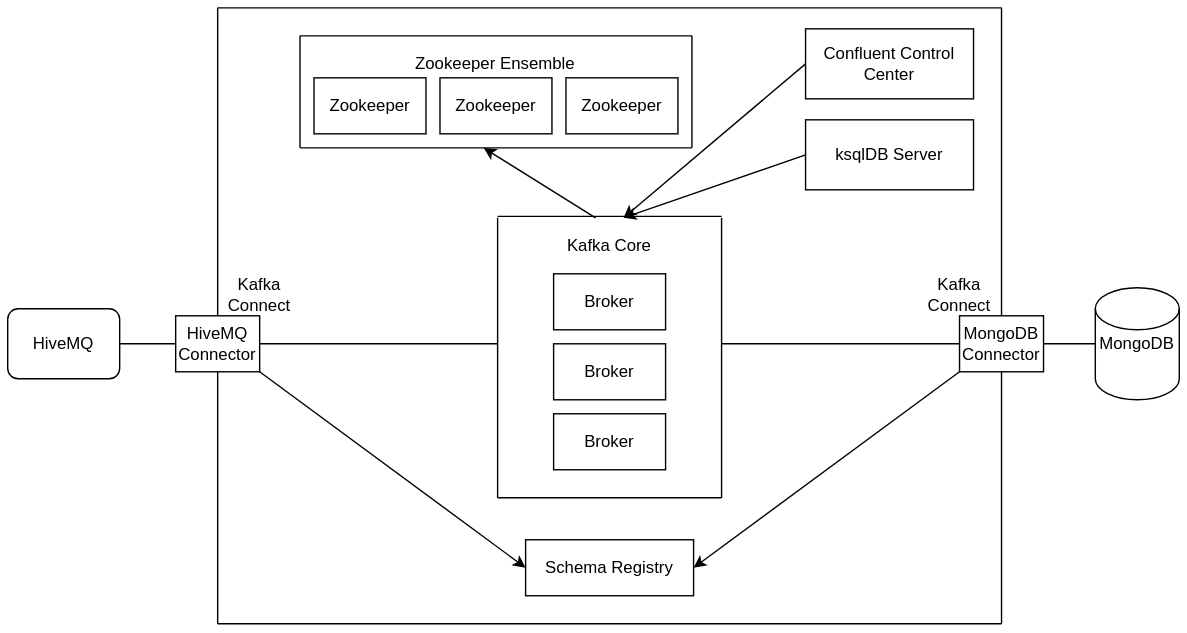
NovatecConsulting/showcase-kafka-iot-emob keeps this draw.io diagram as Kafka_cluster_diagram_v3.svg. Above is the earlier version. Source tidied: cells renumbered, new cells last; positions are measured from the earlier drawing's top-left corner, leaving out a move shared by most shapes.
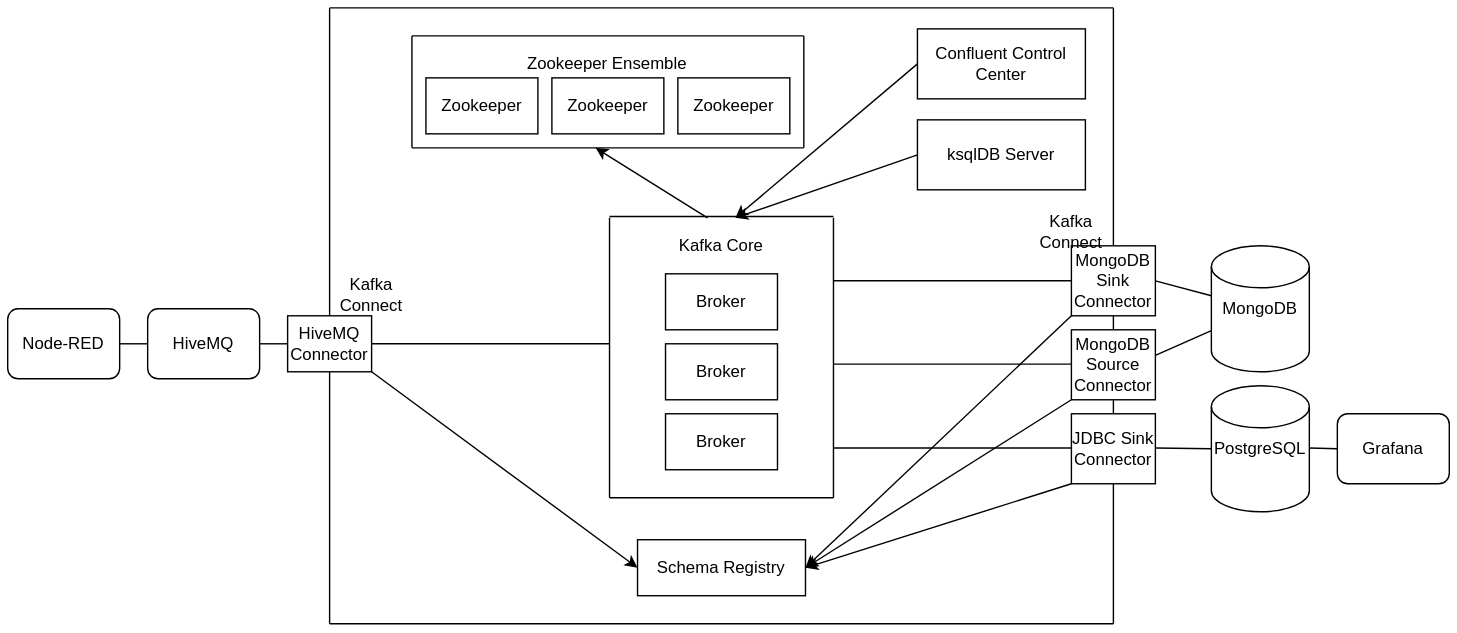
Later version of the same file.

Diff of the diagram source:
```diff
@@ -83,8 +83,8 @@
     <mxCell id="20" value="HiveMQ Connector" style="rounded=0;whiteSpace=wrap;html=1;" parent="1" vertex="1">
       <mxGeometry x="120" y="220" width="60" height="40" as="geometry" />
     </mxCell>
-    <mxCell id="21" value="MongoDB Connector" style="rounded=0;whiteSpace=wrap;html=1;" parent="1" vertex="1">
-      <mxGeometry x="680" y="220" width="60" height="40" as="geometry" />
+    <mxCell id="21" value="MongoDB Sink Connector" style="rounded=0;whiteSpace=wrap;html=1;" parent="1" vertex="1">
+      <mxGeometry x="680" y="170" width="60" height="50" as="geometry" />
     </mxCell>
     <mxCell id="22" style="endArrow=classic;html=1;" parent="1" edge="1">
       <mxGeometry relative="1" as="geometry">
@@ -107,7 +107,7 @@
     </mxCell>
     <mxCell id="26" style="endArrow=none;html=1;entryX=0;entryY=0.5;entryDx=0;entryDy=0;" parent="1" edge="1" target="21">
       <mxGeometry relative="1" as="geometry">
-        <mxPoint x="510" y="240" as="sourcePoint" />
+        <mxPoint x="510" y="195" as="sourcePoint" />
       </mxGeometry>
     </mxCell>
     <mxCell id="27" style="endArrow=none;html=1;" parent="1" edge="1">
@@ -132,10 +132,8 @@
         <mxPoint x="710" y="440" as="targetPoint" />
       </mxGeometry>
     </mxCell>
-    <mxCell id="31" style="endArrow=none;html=1;entryX=0.5;entryY=1;entryDx=0;entryDy=0;" parent="1" edge="1" target="21">
-      <mxGeometry relative="1" as="geometry">
-        <mxPoint x="710" y="440" as="sourcePoint" />
-      </mxGeometry>
+    <mxCell id="31" style="endArrow=none;html=1;entryX=0.5;entryY=1;entryDx=0;entryDy=0;" parent="1" edge="1" source="43" target="21">
+      <mxGeometry relative="1" as="geometry" />
     </mxCell>
     <mxCell id="32" style="endArrow=none;html=1;exitX=0.5;exitY=0;exitDx=0;exitDy=0;" parent="1" edge="1" source="21">
       <mxGeometry relative="1" as="geometry">
@@ -143,22 +141,22 @@
       </mxGeometry>
     </mxCell>
     <mxCell id="33" value="MongoDB" style="shape=cylinder2;whiteSpace=wrap;html=1;boundedLbl=1;backgroundOutline=1;size=15;" parent="1" vertex="1">
-      <mxGeometry x="777" y="200" width="60" height="80" as="geometry" />
+      <mxGeometry x="780" y="170" width="70" height="90" as="geometry" />
     </mxCell>
     <mxCell id="34" style="endArrow=none;html=1;exitX=1;exitY=0.5;exitDx=0;exitDy=0;" parent="1" edge="1" source="21" target="33">
       <mxGeometry relative="1" as="geometry" />
     </mxCell>
     <mxCell id="35" value="HiveMQ" style="rounded=1;whiteSpace=wrap;html=1;" parent="1" vertex="1">
-      <mxGeometry y="215" width="80" height="50" as="geometry" />
+      <mxGeometry x="20" y="215" width="80" height="50" as="geometry" />
     </mxCell>
     <mxCell id="36" style="endArrow=none;html=1;entryX=1;entryY=0.5;entryDx=0;entryDy=0;exitX=0;exitY=0.5;exitDx=0;exitDy=0;" parent="1" edge="1" source="20" target="35">
       <mxGeometry relative="1" as="geometry" />
     </mxCell>
-    <mxCell id="37" style="endArrow=classic;html=1;entryX=1;entryY=0.5;entryDx=0;entryDy=0;exitX=0;exitY=1;exitDx=0;exitDy=0;" parent="1" edge="1" source="21" target="3">
+    <mxCell id="37" style="endArrow=classic;html=1;entryX=1;entryY=0.5;entryDx=0;entryDy=0;exitX=0;exitY=1;exitDx=0;exitDy=0;" parent="1" edge="1" source="42" target="3">
       <mxGeometry relative="1" as="geometry" />
     </mxCell>
     <mxCell id="38" value="Kafka Connect" style="text;html=1;strokeColor=none;fillColor=none;align=center;verticalAlign=middle;whiteSpace=wrap;rounded=0;" parent="1" vertex="1">
-      <mxGeometry x="660" y="195" width="40" height="20" as="geometry" />
+      <mxGeometry x="660" y="150" width="40" height="20" as="geometry" />
     </mxCell>
     <mxCell id="39" value="Kafka Connect" style="text;html=1;strokeColor=none;fillColor=none;align=center;verticalAlign=middle;whiteSpace=wrap;rounded=0;" parent="1" vertex="1">
       <mxGeometry x="160" y="195" width="40" height="20" as="geometry" />
@@ -171,5 +169,74 @@
         <mxPoint x="440" y="150" as="targetPoint" />
       </mxGeometry>
     </mxCell>
+    <mxCell id="42" value="MongoDB Source Connector" style="rounded=0;whiteSpace=wrap;html=1;" parent="1" vertex="1">
+      <mxGeometry x="680" y="230" width="60" height="50" as="geometry" />
+    </mxCell>
+    <mxCell id="43" value="JDBC Sink Connector" style="rounded=0;whiteSpace=wrap;html=1;" parent="1" vertex="1">
+      <mxGeometry x="680" y="290" width="60" height="50" as="geometry" />
+    </mxCell>
+    <mxCell id="44" style="endArrow=none;html=1;entryX=0.5;entryY=1;entryDx=0;entryDy=0;" parent="1" edge="1" target="43">
+      <mxGeometry relative="1" as="geometry">
+        <mxPoint x="710" y="440" as="sourcePoint" />
+      </mxGeometry>
+    </mxCell>
+    <mxCell id="45" style="endArrow=none;html=1;entryX=0;entryY=0.4;entryDx=0;entryDy=0;entryPerimeter=0;" parent="1" edge="1">
+      <mxGeometry relative="1" as="geometry">
+        <mxPoint x="510" y="314.5" as="sourcePoint" />
+        <mxPoint x="680" y="314.5" as="targetPoint" />
+        <Array as="points">
+          <mxPoint x="590" y="314.5" />
+        </Array>
+      </mxGeometry>
+    </mxCell>
+    <mxCell id="46" style="endArrow=none;html=1;entryX=0;entryY=0.4;entryDx=0;entryDy=0;entryPerimeter=0;" parent="1" edge="1">
+      <mxGeometry relative="1" as="geometry">
+        <mxPoint x="510" y="254.5" as="sourcePoint" />
+        <mxPoint x="680" y="254.5" as="targetPoint" />
+        <Array as="points">
+          <mxPoint x="590" y="254.5" />
+        </Array>
+      </mxGeometry>
+    </mxCell>
+    <mxCell id="47" style="endArrow=none;html=1;exitX=1;exitY=0.5;exitDx=0;exitDy=0;" parent="1" edge="1" target="33">
+      <mxGeometry relative="1" as="geometry">
+        <mxPoint x="740" y="248.3" as="sourcePoint" />
+      </mxGeometry>
+    </mxCell>
+    <mxCell id="48" value="PostgreSQL" style="shape=cylinder2;whiteSpace=wrap;html=1;boundedLbl=1;backgroundOutline=1;size=15;" parent="1" vertex="1">
+      <mxGeometry x="780" y="270" width="70" height="90" as="geometry" />
+    </mxCell>
+    <mxCell id="49" style="endArrow=classic;html=1;entryX=1;entryY=0.5;entryDx=0;entryDy=0;exitX=0;exitY=1;exitDx=0;exitDy=0;" parent="1" edge="1" source="43" target="3">
+      <mxGeometry relative="1" as="geometry" />
+    </mxCell>
+    <mxCell id="50" style="endArrow=classic;html=1;exitX=0;exitY=1;exitDx=0;exitDy=0;" parent="1" edge="1" source="21">
+      <mxGeometry relative="1" as="geometry">
+        <mxPoint x="490" y="400" as="targetPoint" />
+      </mxGeometry>
+    </mxCell>
+    <mxCell id="51" style="endArrow=none;html=1;" parent="1" edge="1">
+      <mxGeometry relative="1" as="geometry">
+        <mxPoint x="740" y="314.5" as="sourcePoint" />
+        <mxPoint x="780" y="315" as="targetPoint" />
+      </mxGeometry>
+    </mxCell>
+    <mxCell id="52" value="Grafana" style="rounded=1;whiteSpace=wrap;html=1;" parent="1" vertex="1">
+      <mxGeometry x="870" y="290" width="80" height="50" as="geometry" />
+    </mxCell>
+    <mxCell id="53" style="endArrow=none;html=1;entryX=1;entryY=0.5;entryDx=0;entryDy=0;" parent="1" edge="1">
+      <mxGeometry relative="1" as="geometry">
+        <mxPoint x="870" y="315" as="sourcePoint" />
+        <mxPoint x="850" y="314.5" as="targetPoint" />
+      </mxGeometry>
+    </mxCell>
+    <mxCell id="54" value="Node-RED" style="rounded=1;whiteSpace=wrap;html=1;" parent="1" vertex="1">
+      <mxGeometry x="-80" y="215" width="80" height="50" as="geometry" />
+    </mxCell>
+    <mxCell id="55" style="endArrow=none;html=1;" parent="1" edge="1">
+      <mxGeometry relative="1" as="geometry">
+        <mxPoint y="240" as="sourcePoint" />
+        <mxPoint x="20" y="240" as="targetPoint" />
+      </mxGeometry>
+    </mxCell>
   </root>
 </mxGraphModel>
```
